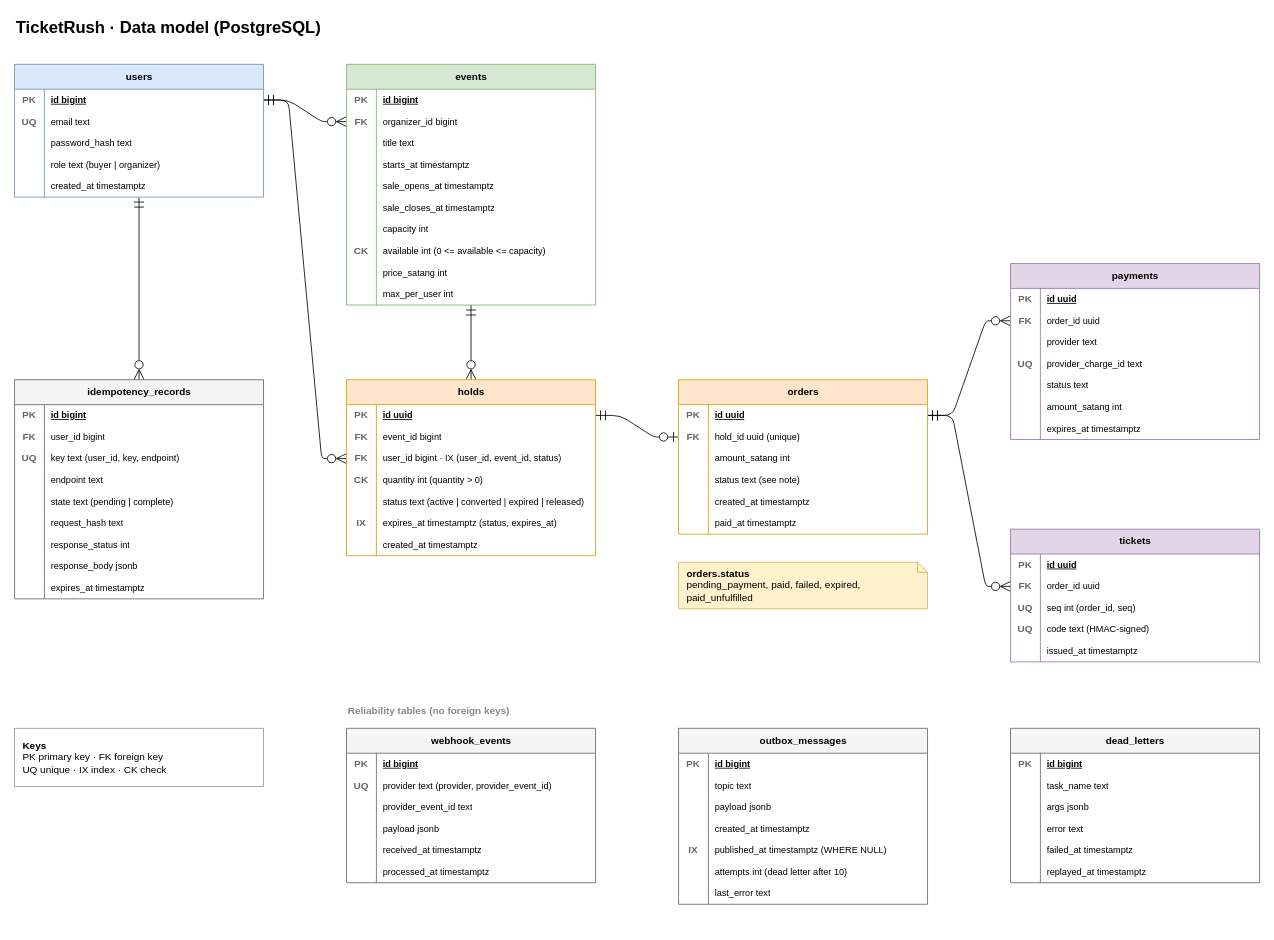
Above: docs/diagrams/data-model.drawio in NaphatJM/ticketrush (draw.io), before the change. Source tidied: cells renumbered, new cells numbered last; positions are measured from the earlier drawing's top-left corner, leaving out a move shared by most shapes. Both pictures are drawn from the tidied source at 83%, with x=0, y=0 at pixel (14, 14).
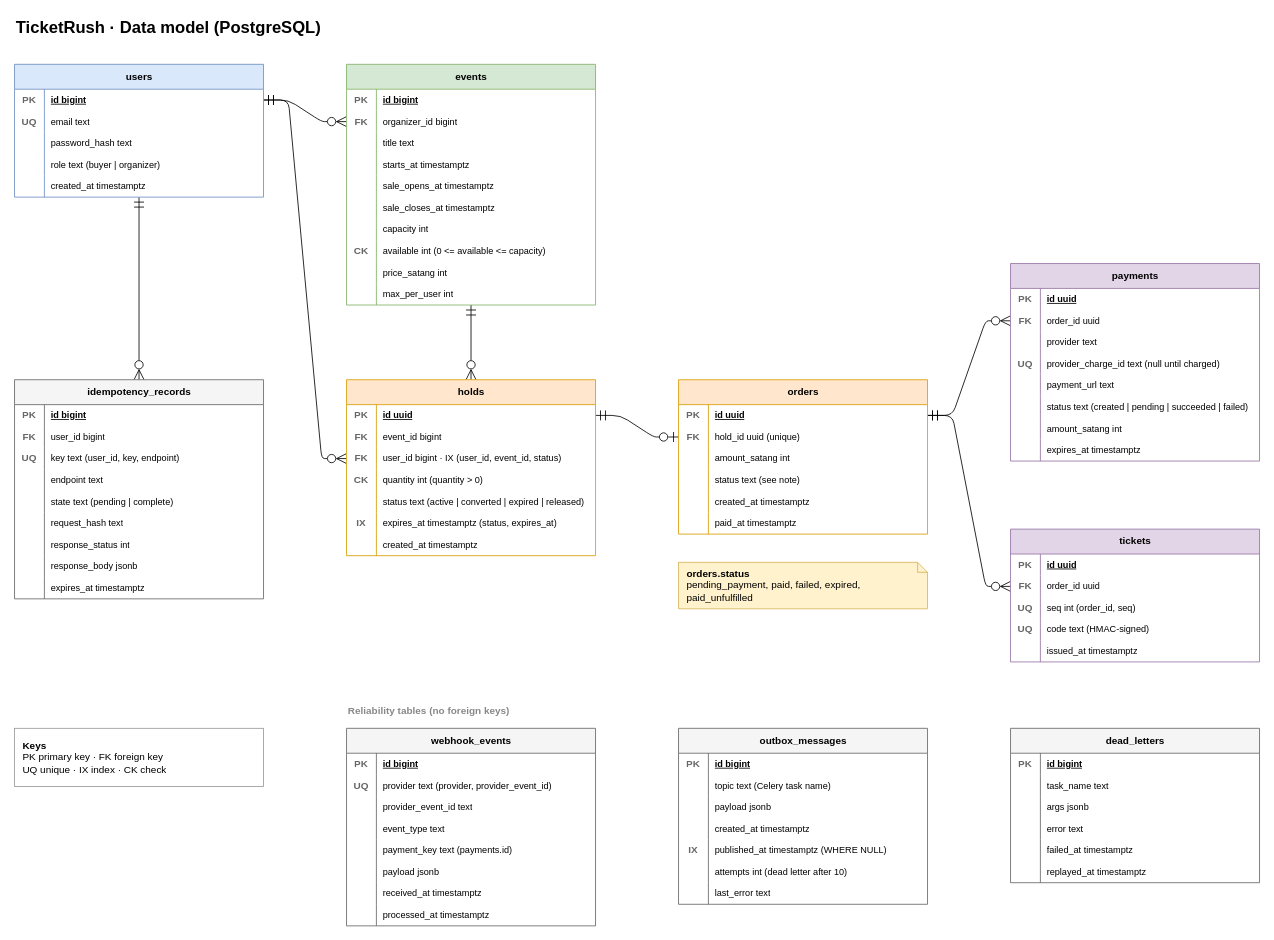
The same page after the edit.

Unchanged cells that the change refers to:
```xml
<mxCell id="129" style="shape=tableRow;horizontal=0;startSize=0;swimlaneHead=0;swimlaneBody=0;fillColor=none;top=0;left=0;right=0;bottom=0;html=1;" parent="119" vertex="1">
  <mxGeometry y="108" width="300" height="26" as="geometry" />
</mxCell>
<mxCell id="132" style="shape=tableRow;horizontal=0;startSize=0;swimlaneHead=0;swimlaneBody=0;fillColor=none;top=0;left=0;right=0;bottom=0;html=1;" parent="119" vertex="1">
  <mxGeometry y="134" width="300" height="26" as="geometry" />
</mxCell>
<mxCell id="135" style="shape=tableRow;horizontal=0;startSize=0;swimlaneHead=0;swimlaneBody=0;fillColor=none;top=0;left=0;right=0;bottom=0;html=1;" parent="119" vertex="1">
  <mxGeometry y="160" width="300" height="26" as="geometry" />
</mxCell>
<mxCell id="138" style="shape=tableRow;horizontal=0;startSize=0;swimlaneHead=0;swimlaneBody=0;fillColor=none;top=0;left=0;right=0;bottom=0;html=1;" parent="119" vertex="1">
  <mxGeometry y="186" width="300" height="26" as="geometry" />
</mxCell>
<mxCell id="167" style="shape=tableRow;horizontal=0;startSize=0;swimlaneHead=0;swimlaneBody=0;fillColor=none;top=0;left=0;right=0;bottom=0;html=1;" parent="157" vertex="1">
  <mxGeometry y="108" width="300" height="26" as="geometry" />
</mxCell>
<mxCell id="170" style="shape=tableRow;horizontal=0;startSize=0;swimlaneHead=0;swimlaneBody=0;fillColor=none;top=0;left=0;right=0;bottom=0;html=1;" parent="157" vertex="1">
  <mxGeometry y="134" width="300" height="26" as="geometry" />
</mxCell>
<mxCell id="173" style="shape=tableRow;horizontal=0;startSize=0;swimlaneHead=0;swimlaneBody=0;fillColor=none;top=0;left=0;right=0;bottom=0;html=1;" parent="157" vertex="1">
  <mxGeometry y="160" width="300" height="26" as="geometry" />
</mxCell>
<mxCell id="180" style="shape=tableRow;horizontal=0;startSize=0;swimlaneHead=0;swimlaneBody=0;fillColor=none;top=0;left=0;right=0;bottom=0;html=1;" parent="176" vertex="1">
  <mxGeometry y="56" width="300" height="26" as="geometry" />
</mxCell>
```

Change to the diagram source:
```diff
@@
     <mxCell id="119" value="payments" style="shape=table;startSize=30;childLayout=tableLayout;rowLines=0;fontStyle=1;align=center;html=1;fillColor=#e1d5e7;strokeColor=#9673a6;swimlaneFillColor=#ffffff;" parent="2" vertex="1">
-      <mxGeometry x="1200" y="300" width="300" height="212" as="geometry" />
+      <mxGeometry x="1200" y="300" width="300" height="238" as="geometry" />
     </mxCell>
@@
-    <mxCell id="131" value="provider_charge_id text" style="shape=partialRectangle;fillColor=none;top=0;left=0;bottom=0;right=0;align=left;spacingLeft=6;overflow=hidden;html=1;fontSize=11;" parent="129" vertex="1">
+    <mxCell id="131" value="provider_charge_id text  (null until charged)" style="shape=partialRectangle;fillColor=none;top=0;left=0;bottom=0;right=0;align=left;spacingLeft=6;overflow=hidden;html=1;fontSize=11;" parent="129" vertex="1">
       <mxGeometry x="36" width="264" height="26" as="geometry" />
     </mxCell>
@@
-    <mxCell id="134" value="status text" style="shape=partialRectangle;fillColor=none;top=0;left=0;bottom=0;right=0;align=left;spacingLeft=6;overflow=hidden;html=1;fontSize=11;" parent="132" vertex="1">
+    <mxCell id="134" value="payment_url text" style="shape=partialRectangle;fillColor=none;top=0;left=0;bottom=0;right=0;align=left;spacingLeft=6;overflow=hidden;html=1;fontSize=11;" parent="132" vertex="1">
       <mxGeometry x="36" width="264" height="26" as="geometry" />
     </mxCell>
@@
-    <mxCell id="137" value="amount_satang int" style="shape=partialRectangle;fillColor=none;top=0;left=0;bottom=0;right=0;align=left;spacingLeft=6;overflow=hidden;html=1;fontSize=11;" parent="135" vertex="1">
+    <mxCell id="137" value="status text (created | pending | succeeded | failed)" style="shape=partialRectangle;fillColor=none;top=0;left=0;bottom=0;right=0;align=left;spacingLeft=6;overflow=hidden;html=1;fontSize=11;" parent="135" vertex="1">
       <mxGeometry x="36" width="264" height="26" as="geometry" />
     </mxCell>
@@
-    <mxCell id="140" value="expires_at timestamptz" style="shape=partialRectangle;fillColor=none;top=0;left=0;bottom=0;right=0;align=left;spacingLeft=6;overflow=hidden;html=1;fontSize=11;" parent="138" vertex="1">
+    <mxCell id="140" value="amount_satang int" style="shape=partialRectangle;fillColor=none;top=0;left=0;bottom=0;right=0;align=left;spacingLeft=6;overflow=hidden;html=1;fontSize=11;" parent="138" vertex="1">
       <mxGeometry x="36" width="264" height="26" as="geometry" />
     </mxCell>
+    <mxCell id="228" style="shape=tableRow;horizontal=0;startSize=0;swimlaneHead=0;swimlaneBody=0;fillColor=none;top=0;left=0;right=0;bottom=0;html=1;" parent="119" vertex="1">
+      <mxGeometry y="212" width="300" height="26" as="geometry" />
+    </mxCell>
+    <mxCell id="229" style="shape=partialRectangle;fillColor=none;top=0;left=0;bottom=0;right=0;fontStyle=1;overflow=hidden;html=1;fontColor=#666666;" parent="228" vertex="1">
+      <mxGeometry width="36" height="26" as="geometry" />
+    </mxCell>
+    <mxCell id="230" value="expires_at timestamptz" style="shape=partialRectangle;fillColor=none;top=0;left=0;bottom=0;right=0;align=left;spacingLeft=6;overflow=hidden;html=1;fontSize=11;" parent="228" vertex="1">
+      <mxGeometry x="36" width="264" height="26" as="geometry" />
+    </mxCell>
@@
     <mxCell id="157" value="webhook_events" style="shape=table;startSize=30;childLayout=tableLayout;rowLines=0;fontStyle=1;align=center;html=1;fillColor=#f5f5f5;strokeColor=#666666;swimlaneFillColor=#ffffff;" parent="2" vertex="1">
-      <mxGeometry x="400" y="860" width="300" height="186" as="geometry" />
+      <mxGeometry x="400" y="860" width="300" height="238" as="geometry" />
     </mxCell>
@@
-    <mxCell id="169" value="payload jsonb" style="shape=partialRectangle;fillColor=none;top=0;left=0;bottom=0;right=0;align=left;spacingLeft=6;overflow=hidden;html=1;fontSize=11;" parent="167" vertex="1">
+    <mxCell id="169" value="event_type text" style="shape=partialRectangle;fillColor=none;top=0;left=0;bottom=0;right=0;align=left;spacingLeft=6;overflow=hidden;html=1;fontSize=11;" parent="167" vertex="1">
       <mxGeometry x="36" width="264" height="26" as="geometry" />
     </mxCell>
@@
-    <mxCell id="172" value="received_at timestamptz" style="shape=partialRectangle;fillColor=none;top=0;left=0;bottom=0;right=0;align=left;spacingLeft=6;overflow=hidden;html=1;fontSize=11;" parent="170" vertex="1">
+    <mxCell id="172" value="payment_key text  (payments.id)" style="shape=partialRectangle;fillColor=none;top=0;left=0;bottom=0;right=0;align=left;spacingLeft=6;overflow=hidden;html=1;fontSize=11;" parent="170" vertex="1">
       <mxGeometry x="36" width="264" height="26" as="geometry" />
     </mxCell>
@@
-    <mxCell id="175" value="processed_at timestamptz" style="shape=partialRectangle;fillColor=none;top=0;left=0;bottom=0;right=0;align=left;spacingLeft=6;overflow=hidden;html=1;fontSize=11;" parent="173" vertex="1">
+    <mxCell id="175" value="payload jsonb" style="shape=partialRectangle;fillColor=none;top=0;left=0;bottom=0;right=0;align=left;spacingLeft=6;overflow=hidden;html=1;fontSize=11;" parent="173" vertex="1">
       <mxGeometry x="36" width="264" height="26" as="geometry" />
     </mxCell>
+    <mxCell id="231" style="shape=tableRow;horizontal=0;startSize=0;swimlaneHead=0;swimlaneBody=0;fillColor=none;top=0;left=0;right=0;bottom=0;html=1;" parent="157" vertex="1">
+      <mxGeometry y="186" width="300" height="26" as="geometry" />
+    </mxCell>
+    <mxCell id="232" style="shape=partialRectangle;fillColor=none;top=0;left=0;bottom=0;right=0;fontStyle=1;overflow=hidden;html=1;fontColor=#666666;" parent="231" vertex="1">
+      <mxGeometry width="36" height="26" as="geometry" />
+    </mxCell>
+    <mxCell id="233" value="received_at timestamptz" style="shape=partialRectangle;fillColor=none;top=0;left=0;bottom=0;right=0;align=left;spacingLeft=6;overflow=hidden;html=1;fontSize=11;" parent="231" vertex="1">
+      <mxGeometry x="36" width="264" height="26" as="geometry" />
+    </mxCell>
+    <mxCell id="234" style="shape=tableRow;horizontal=0;startSize=0;swimlaneHead=0;swimlaneBody=0;fillColor=none;top=0;left=0;right=0;bottom=0;html=1;" parent="157" vertex="1">
+      <mxGeometry y="212" width="300" height="26" as="geometry" />
+    </mxCell>
+    <mxCell id="235" style="shape=partialRectangle;fillColor=none;top=0;left=0;bottom=0;right=0;fontStyle=1;overflow=hidden;html=1;fontColor=#666666;" parent="234" vertex="1">
+      <mxGeometry width="36" height="26" as="geometry" />
+    </mxCell>
+    <mxCell id="236" value="processed_at timestamptz" style="shape=partialRectangle;fillColor=none;top=0;left=0;bottom=0;right=0;align=left;spacingLeft=6;overflow=hidden;html=1;fontSize=11;" parent="234" vertex="1">
+      <mxGeometry x="36" width="264" height="26" as="geometry" />
+    </mxCell>
@@
-    <mxCell id="182" value="topic text" style="shape=partialRectangle;fillColor=none;top=0;left=0;bottom=0;right=0;align=left;spacingLeft=6;overflow=hidden;html=1;fontSize=11;" parent="180" vertex="1">
+    <mxCell id="182" value="topic text  (Celery task name)" style="shape=partialRectangle;fillColor=none;top=0;left=0;bottom=0;right=0;align=left;spacingLeft=6;overflow=hidden;html=1;fontSize=11;" parent="180" vertex="1">
       <mxGeometry x="36" width="264" height="26" as="geometry" />
     </mxCell>
```
